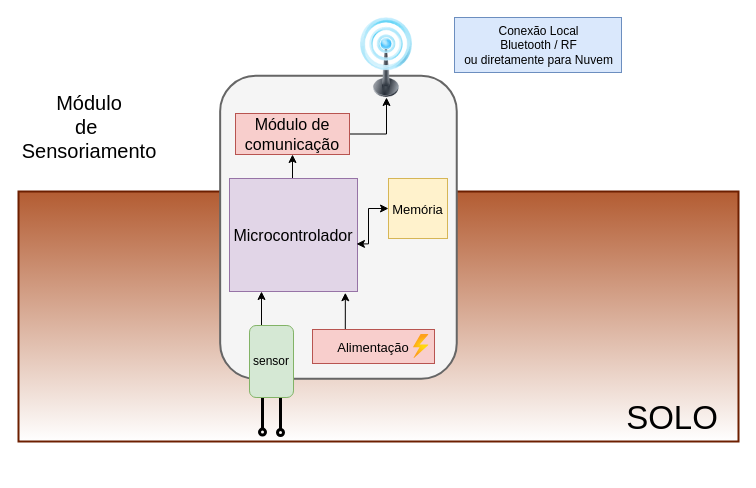
LeonardoSilvestrin/TCC keeps this draw.io diagram as Arquivos_noncode/Esboços drawio e canva/modulo_edsboco.drawio. Above is the earlier version. Source tidied: cells renumbered, new cells numbered last; positions are measured from the earlier drawing's top-left corner, leaving out a move shared by most shapes. Both pictures are drawn from the tidied source at 100%, with x=0, y=0 at pixel (18, 17).
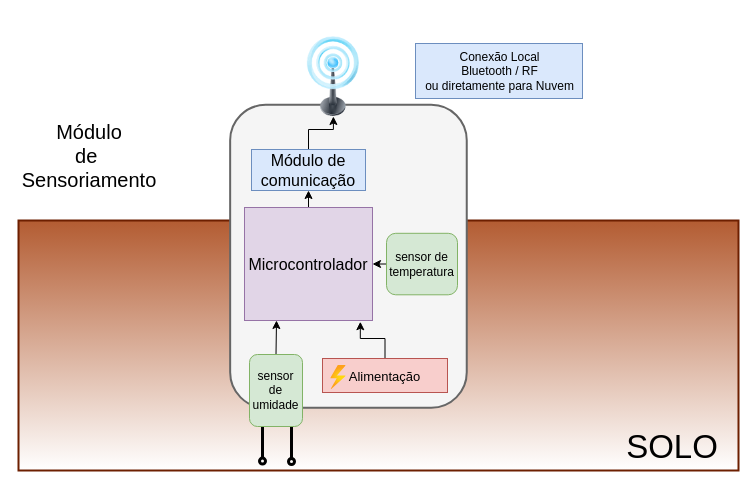
After the change.

Diff of the diagram source:
```diff
@@
     <mxCell id="2" style="rounded=0;whiteSpace=wrap;html=1;fillColor=#B35C32;strokeColor=#6D1F00;strokeWidth=2;fontColor=#ffffff;gradientColor=#FFFFFF;" parent="1" vertex="1">
-      <mxGeometry y="174" width="720" height="250" as="geometry" />
+      <mxGeometry y="203" width="720" height="250" as="geometry" />
     </mxCell>
     <mxCell id="3" value="SOLO" style="text;html=1;strokeColor=none;fillColor=none;align=center;verticalAlign=middle;whiteSpace=wrap;rounded=0;fontSize=33;fontColor=#000000;" parent="1" vertex="1">
-      <mxGeometry x="624" y="385" width="60" height="30" as="geometry" />
+      <mxGeometry x="624" y="414" width="60" height="30" as="geometry" />
     </mxCell>
     <mxCell id="4" style="endArrow=none;html=1;rounded=0;fontSize=33;fontColor=#000000;strokeWidth=3;startArrow=oval;startFill=0;" parent="1" edge="1">
       <mxGeometry relative="1" as="geometry">
-        <mxPoint x="244" y="414.6" as="sourcePoint" />
-        <mxPoint x="244" y="344.6" as="targetPoint" />
+        <mxPoint x="244" y="443.6" as="sourcePoint" />
+        <mxPoint x="244" y="373.6" as="targetPoint" />
       </mxGeometry>
     </mxCell>
     <mxCell id="5" style="endArrow=none;html=1;rounded=0;fontSize=33;fontColor=#000000;strokeWidth=3;startArrow=oval;startFill=0;" parent="1" edge="1">
       <mxGeometry relative="1" as="geometry">
-        <mxPoint x="262" y="415" as="sourcePoint" />
-        <mxPoint x="262" y="345" as="targetPoint" />
+        <mxPoint x="273" y="444" as="sourcePoint" />
+        <mxPoint x="273" y="374" as="targetPoint" />
       </mxGeometry>
     </mxCell>
     <mxCell id="6" style="rounded=1;whiteSpace=wrap;html=1;fontSize=33;fontColor=#333333;strokeColor=#666666;strokeWidth=2;fillColor=#f5f5f5;rotation=90;" parent="1" vertex="1">
-      <mxGeometry x="168.5" y="91.5" width="302.9" height="236.6" as="geometry" />
+      <mxGeometry x="178.5" y="120.5" width="302.9" height="236.6" as="geometry" />
     </mxCell>
     <mxCell id="7" value="&lt;span style=&quot;font-size: 20px;&quot;&gt;Módulo&lt;br&gt;de&amp;nbsp;&lt;br&gt;Sensoriamento&lt;/span&gt;" style="text;html=1;strokeColor=none;fillColor=none;align=center;verticalAlign=middle;whiteSpace=wrap;rounded=0;fontSize=13;fontColor=#000000;" parent="1" vertex="1">
-      <mxGeometry x="41" y="94" width="60" height="30" as="geometry" />
+      <mxGeometry x="41" y="123" width="60" height="30" as="geometry" />
     </mxCell>
     <mxCell id="8" style="image;html=1;image=img/lib/clip_art/telecommunication/Signal_tower_on_128x128.png;fontSize=13;fontColor=#000000;strokeColor=#000000;strokeWidth=1;fillColor=default;gradientColor=#FFFFFF;" parent="1" vertex="1">
-      <mxGeometry x="328" width="80" height="80" as="geometry" />
+      <mxGeometry x="274.9" y="19" width="80" height="80" as="geometry" />
     </mxCell>
-    <mxCell id="9" style="edgeStyle=orthogonalEdgeStyle;rounded=0;jettySize=auto;html=1;exitX=0.25;exitY=0;exitDx=0;exitDy=0;entryX=0.25;entryY=1;entryDx=0;entryDy=0;fontSize=16;" parent="1" edge="1" source="10" target="12">
+    <mxCell id="9" style="edgeStyle=orthogonalEdgeStyle;rounded=0;jettySize=auto;html=1;exitX=0.5;exitY=0;exitDx=0;exitDy=0;fontSize=16;entryX=0.25;entryY=1;entryDx=0;entryDy=0;" parent="1" edge="1" source="10" target="12">
       <mxGeometry relative="1" as="geometry" />
     </mxCell>
-    <mxCell id="10" value="sensor" style="rounded=1;whiteSpace=wrap;html=1;rotation=0;fillColor=#d5e8d4;strokeColor=#82b366;" parent="1" vertex="1">
-      <mxGeometry x="231" y="308" width="44" height="72" as="geometry" />
+    <mxCell id="10" value="&lt;div&gt;sensor&lt;/div&gt;&lt;div&gt;de &lt;br&gt;&lt;/div&gt;&lt;div&gt;umidade&lt;br&gt;&lt;/div&gt;" style="rounded=1;whiteSpace=wrap;html=1;rotation=0;fillColor=#d5e8d4;strokeColor=#82b366;" parent="1" vertex="1">
+      <mxGeometry x="231" y="337" width="53" height="72" as="geometry" />
     </mxCell>
@@
     <mxCell id="12" value="&lt;font style=&quot;font-size: 16px;&quot;&gt;Microcontrolador&lt;/font&gt;" style="rounded=0;whiteSpace=wrap;html=1;fillColor=#e1d5e7;strokeColor=#9673a6;" parent="1" vertex="1">
-      <mxGeometry x="211" y="161" width="128" height="113" as="geometry" />
+      <mxGeometry x="226" y="190" width="128" height="113" as="geometry" />
     </mxCell>
-    <mxCell id="13" style="edgeStyle=orthogonalEdgeStyle;rounded=0;jettySize=auto;html=1;exitX=1;exitY=0.5;exitDx=0;exitDy=0;entryX=0.5;entryY=1;entryDx=0;entryDy=0;fontSize=16;" parent="1" edge="1" source="14" target="8">
+    <mxCell id="13" style="edgeStyle=orthogonalEdgeStyle;rounded=0;jettySize=auto;html=1;entryX=0.5;entryY=1;entryDx=0;entryDy=0;" parent="1" edge="1" source="14" target="8">
       <mxGeometry relative="1" as="geometry" />
     </mxCell>
-    <mxCell id="14" value="Módulo de comunicação" style="rounded=0;whiteSpace=wrap;html=1;fontSize=16;fillColor=#f8cecc;strokeColor=#b85450;" parent="1" vertex="1">
-      <mxGeometry x="217" y="96" width="114" height="41" as="geometry" />
+    <mxCell id="14" value="Módulo de comunicação" style="rounded=0;whiteSpace=wrap;html=1;fontSize=16;fillColor=#dae8fc;strokeColor=#6c8ebf;" parent="1" vertex="1">
+      <mxGeometry x="233" y="132" width="114" height="41" as="geometry" />
     </mxCell>
-    <mxCell id="15" style="edgeStyle=orthogonalEdgeStyle;rounded=0;jettySize=auto;html=1;exitX=0;exitY=0.5;exitDx=0;exitDy=0;entryX=0.992;entryY=0.579;entryDx=0;entryDy=0;entryPerimeter=0;fontSize=13;startArrow=classic;startFill=1;" parent="1" edge="1" source="16" target="12">
-      <mxGeometry relative="1" as="geometry" />
-    </mxCell>
-    <mxCell id="16" value="&lt;font style=&quot;font-size: 13px;&quot;&gt;Memória&lt;/font&gt;" style="rounded=0;whiteSpace=wrap;html=1;fontSize=16;fillColor=#fff2cc;strokeColor=#d6b656;" parent="1" vertex="1">
-      <mxGeometry x="370" y="161" width="59" height="60" as="geometry" />
-    </mxCell>
-    <mxCell id="17" style="edgeStyle=orthogonalEdgeStyle;rounded=0;jettySize=auto;html=1;exitX=0.25;exitY=0;exitDx=0;exitDy=0;entryX=0.905;entryY=1.011;entryDx=0;entryDy=0;entryPerimeter=0;fontSize=13;" parent="1" edge="1" source="18" target="12">
+    <mxCell id="17" style="edgeStyle=orthogonalEdgeStyle;rounded=0;jettySize=auto;html=1;exitX=0.5;exitY=0;exitDx=0;exitDy=0;entryX=0.905;entryY=1.011;entryDx=0;entryDy=0;entryPerimeter=0;fontSize=13;" parent="1" edge="1" source="18" target="12">
       <mxGeometry relative="1" as="geometry" />
     </mxCell>
     <mxCell id="18" value="&lt;font style=&quot;font-size: 13px;&quot;&gt;Alimentação&lt;/font&gt;" style="rounded=0;whiteSpace=wrap;html=1;fontSize=16;fillColor=#f8cecc;strokeColor=#b85450;" parent="1" vertex="1">
-      <mxGeometry x="294" y="312" width="122" height="34" as="geometry" />
+      <mxGeometry x="304" y="341" width="125" height="34" as="geometry" />
     </mxCell>
     <mxCell id="19" style="html=1;align=center;image;fontSize=12;image=img/lib/azure2/general/Power.svg;" parent="1" vertex="1">
-      <mxGeometry x="395" y="317" width="15.5" height="24" as="geometry" />
+      <mxGeometry x="312.2" y="348" width="15.5" height="24" as="geometry" />
     </mxCell>
     <mxCell id="20" value="Conexão Local&lt;br&gt;Bluetooth / RF&lt;br&gt;ou diretamente para Nuvem" style="text;html=1;align=center;verticalAlign=middle;strokeColor=#6c8ebf;fillColor=#dae8fc;" parent="1" vertex="1">
-      <mxGeometry x="436" width="167" height="55" as="geometry" />
+      <mxGeometry x="397" y="26" width="167" height="55" as="geometry" />
     </mxCell>
+    <mxCell id="21" style="edgeStyle=orthogonalEdgeStyle;rounded=0;jettySize=auto;html=1;entryX=1;entryY=0.5;entryDx=0;entryDy=0;" parent="1" edge="1" source="22" target="12">
+      <mxGeometry relative="1" as="geometry">
+        <Array as="points">
+          <mxPoint x="373" y="246" />
+          <mxPoint x="373" y="246" />
+        </Array>
+      </mxGeometry>
+    </mxCell>
+    <mxCell id="22" value="&lt;div&gt;sensor de temperatura&lt;/div&gt;" style="rounded=1;whiteSpace=wrap;html=1;fillColor=#d5e8d4;strokeColor=#82b366;" parent="1" vertex="1">
+      <mxGeometry x="368" y="215.8" width="71" height="61.5" as="geometry" />
+    </mxCell>
```
